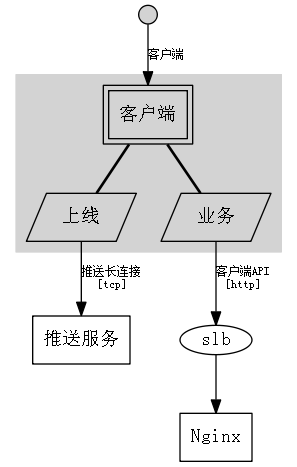
xphh/garch keeps this Graphviz diagram as output/endpoint/client.gv.png. Above is the earlier version. Its source is kept beside it as output/endpoint/client.gv.
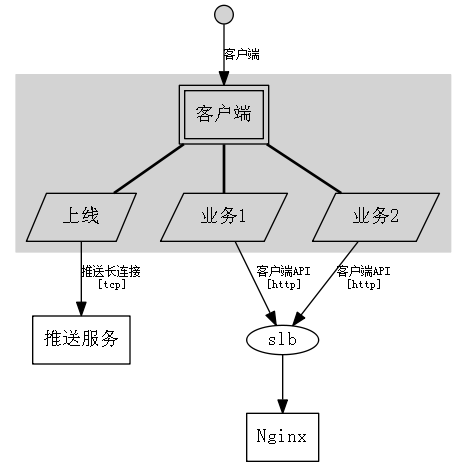
After the commit.

Commit message:
优化输出图形

What changed in the source:
```diff
@@ -5,12 +5,13 @@
 label = "";
 module_node_0[shape=circle, width=.2, style=filled, label=""];
 module_node_0->client_node_0[fontsize=9, label="客户端"];
-module_node_1[shape=box, label="推送服务"];
-client_node_1->module_node_1[fontsize=9, label="推送长连接\n[tcp]"];
-module_node_2[shape=box, label="Nginx"];
-module_node_3[height=.3, fixedsize=true, label="slb"];
-module_node_3->module_node_2;
-client_node_2->module_node_3[fontsize=9, label="客户端API\n[http]"];
+module_node_1[shape=box, label="Nginx"];
+module_node_2[height=.3, fixedsize=true, label="slb"];
+module_node_2->module_node_1;
+module_node_3[shape=box, label="推送服务"];
+client_node_1->module_node_3[fontsize=9, label="推送长连接\n[tcp]"];
+client_node_2->module_node_2[fontsize=9, label="客户端API\n[http]"];
+client_node_3->module_node_2[fontsize=9, label="客户端API\n[http]"];
 subgraph cluster_module_node_4 {
 style = filled;
 color = lightgrey;
@@ -18,7 +19,9 @@
 client_node_0[shape=box, peripheries=2, label="客户端"];
 client_node_1[shape=polygon, skew=.5, label="上线"];
 client_node_0->client_node_1[style=bold, arrowhead=none];
-client_node_2[shape=polygon, skew=.5, label="业务"];
+client_node_2[shape=polygon, skew=.5, label="业务1"];
 client_node_0->client_node_2[style=bold, arrowhead=none];
+client_node_3[shape=polygon, skew=.5, label="业务2"];
+client_node_0->client_node_3[style=bold, arrowhead=none];
 }
 }
```
